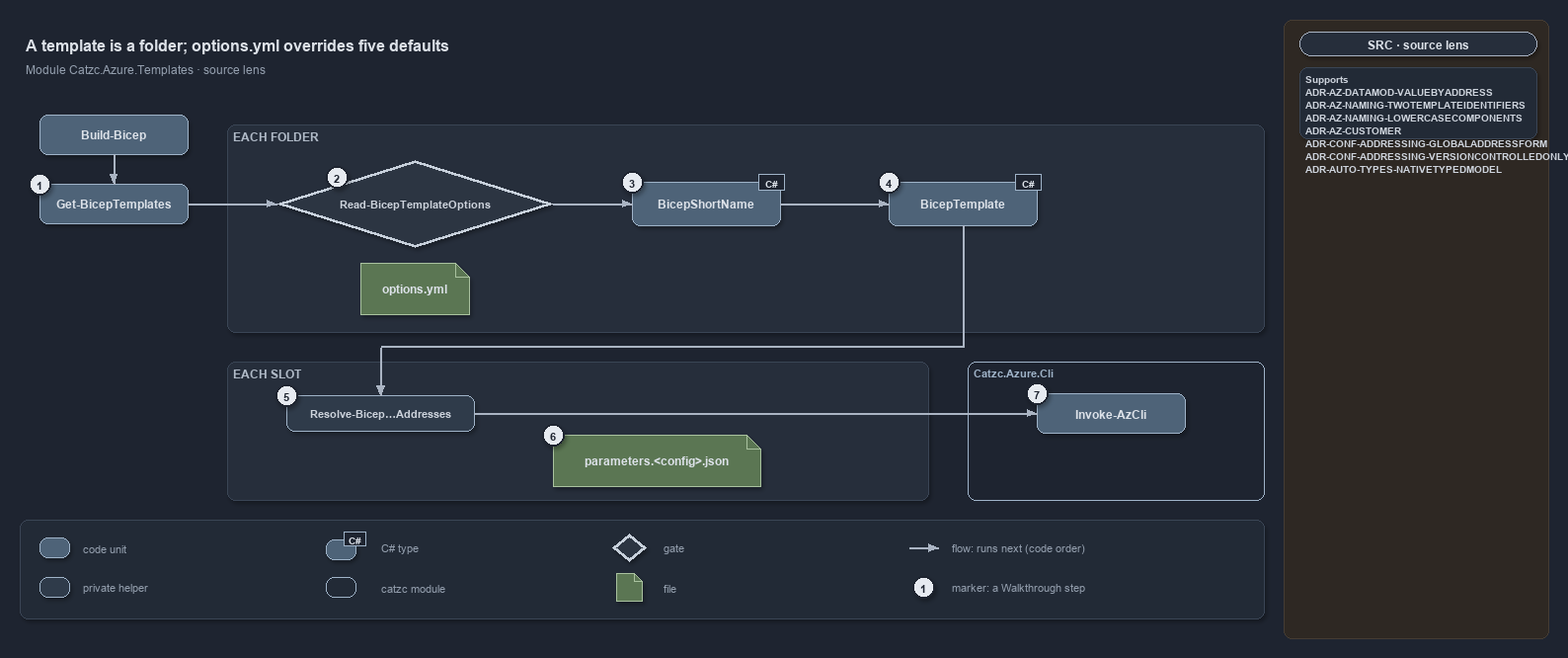
Above: docs/references/pwsh/.assets/bicep-template-is-a-folder/diagram.drawio.png in casperease/catzc (draw.io), before the change. Source tidied: cells renumbered, new cells last; positions are measured from the earlier drawing's top-left corner, leaving out a move shared by most shapes.
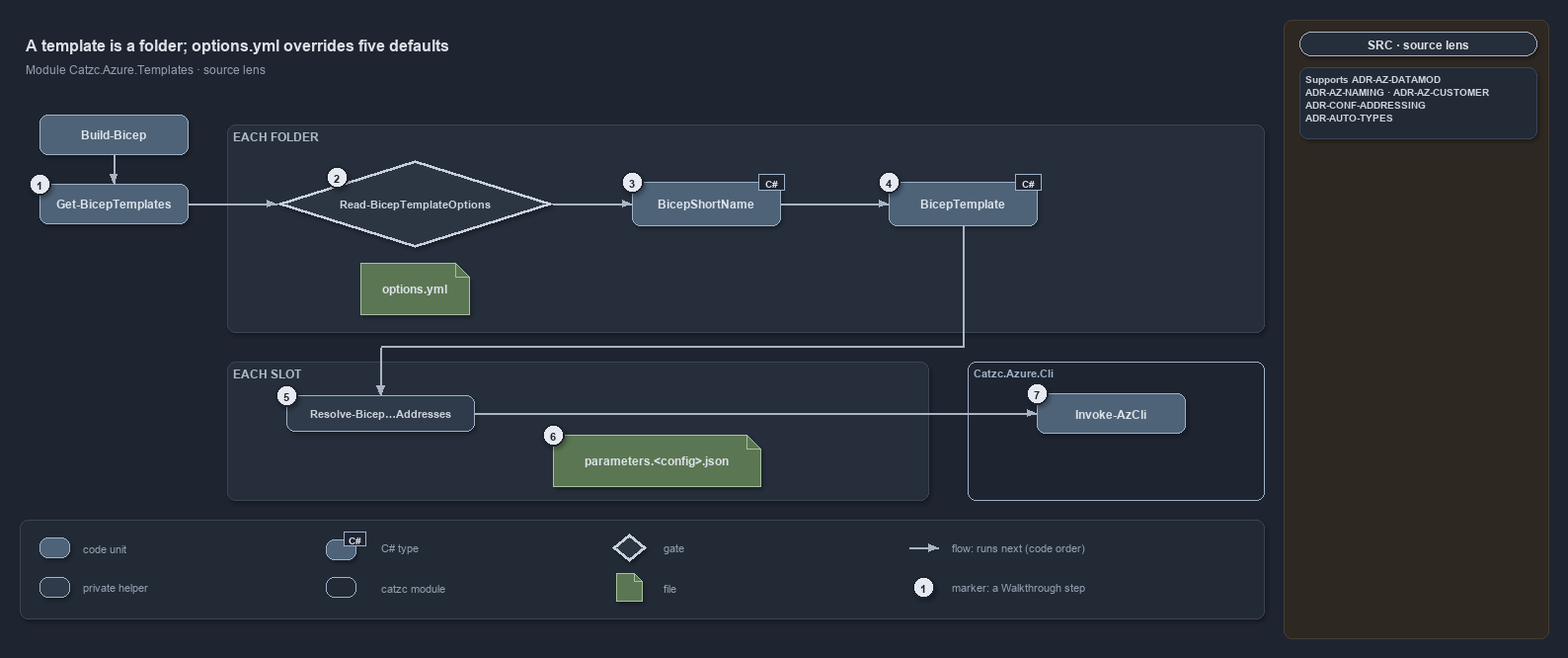
After the change.

What changed in the source:
```diff
@@ -167,7 +167,7 @@
     <mxCell id="56" value="SRC · source lens" style="rounded=1;arcSize=50;whiteSpace=wrap;html=1;fillColor=#262E3B;strokeColor=#AAB4C3;fontColor=#DDE2E9;fontStyle=1;fontSize=12;" parent="1" vertex="1">
       <mxGeometry x="1296" y="12" width="240" height="24" as="geometry" />
     </mxCell>
-    <mxCell id="57" value="&lt;b&gt;Supports&lt;/b&gt;&lt;br&gt;ADR-AZ-DATAMOD-VALUEBYADDRESS&lt;br&gt;ADR-AZ-NAMING-TWOTEMPLATEIDENTIFIERS&lt;br&gt;ADR-AZ-NAMING-LOWERCASECOMPONENTS&lt;br&gt;ADR-AZ-CUSTOMER&lt;br&gt;ADR-CONF-ADDRESSING-GLOBALADDRESSFORM&lt;br&gt;ADR-CONF-ADDRESSING-VERSIONCONTROLLEDONLY&lt;br&gt;ADR-AUTO-TYPES-NATIVETYPEDMODEL" style="rounded=1;arcSize=6;whiteSpace=wrap;html=1;align=left;verticalAlign=top;spacingLeft=6;fontSize=10.5;fontColor=#CDD3DC;fillColor=#222A36;strokeColor=#3A4555;" parent="1" vertex="1">
+    <mxCell id="57" value="&lt;b&gt;Supports&lt;/b&gt; ADR-AZ-DATAMOD&lt;br&gt;ADR-AZ-NAMING &amp;#183; ADR-AZ-CUSTOMER&lt;br&gt;ADR-CONF-ADDRESSING&lt;br&gt;ADR-AUTO-TYPES" style="rounded=1;arcSize=6;whiteSpace=wrap;html=1;align=left;verticalAlign=top;spacingLeft=6;fontSize=10.5;fontColor=#CDD3DC;fillColor=#222A36;strokeColor=#3A4555;" parent="1" vertex="1">
       <mxGeometry x="1296" y="48" width="240" height="72" as="geometry" />
     </mxCell>
   </root>
```
